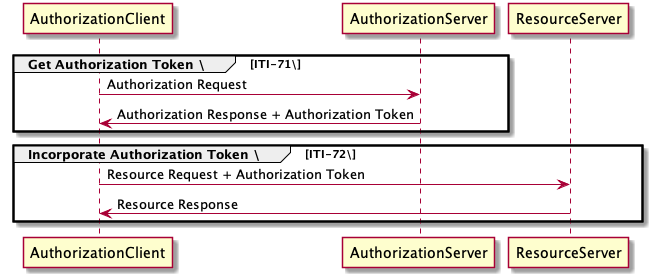
IHE/publications keeps this PlantUML diagram as ITI/IUA/media/basic-flow.png. Above is the earlier version.
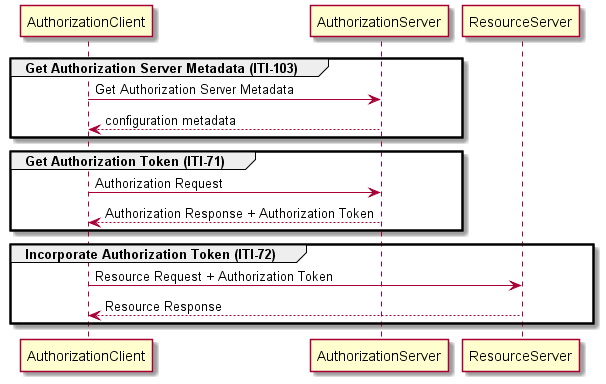
The same file after the commit.

What changed in the source:
```diff
@@ -1,13 +1,18 @@
-@startuml
+@startuml basic-flow
 
-group Get Authorization Token \[ITI-71\]
-AuthorizationClient -> AuthorizationServer : Authorization Request
-AuthorizationClient <- AuthorizationServer : Authorization Response + Authorization Token
+group Get Authorization Server Metadata (ITI-103)
+AuthorizationClient -> AuthorizationServer : Get Authorization Server Metadata
+AuthorizationClient <-- AuthorizationServer : configuration metadata
 end
 
-group Incorporate Authorization Token \[ITI-72\]
+group Get Authorization Token (ITI-71)
+AuthorizationClient -> AuthorizationServer : Authorization Request
+AuthorizationClient <-- AuthorizationServer : Authorization Response + Authorization Token
+end
+
+group Incorporate Authorization Token (ITI-72)
 AuthorizationClient -> ResourceServer : Resource Request + Authorization Token
-AuthorizationClient <- ResourceServer : Resource Response
+AuthorizationClient <-- ResourceServer : Resource Response
 end
 
 @enduml
```
